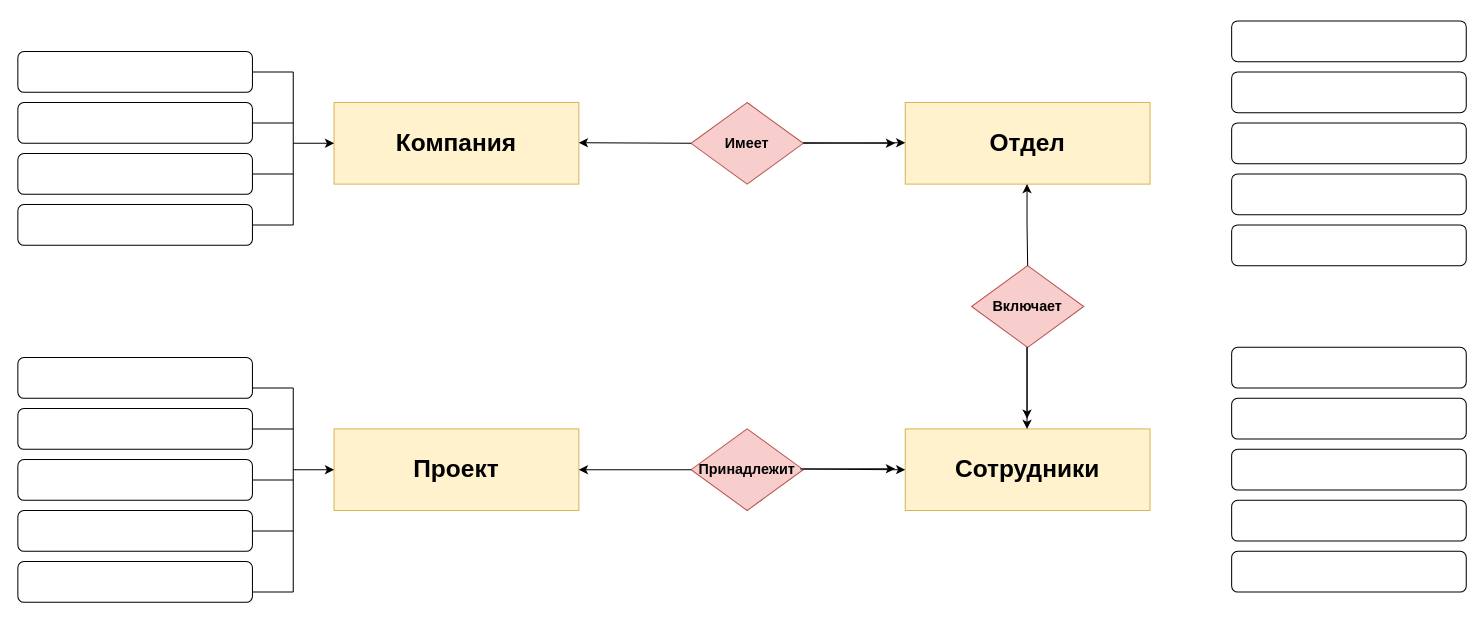
This is Диаграмма без названия.drawio from Valkova-Nastya/-, a draw.io file, before an edit. Source tidied: cells renumbered, new cells numbered last; positions are measured from the earlier drawing's top-left corner, leaving out a move shared by most shapes. Both pictures are drawn from the tidied source at 102%, with x=0, y=0 at pixel (17, 20).
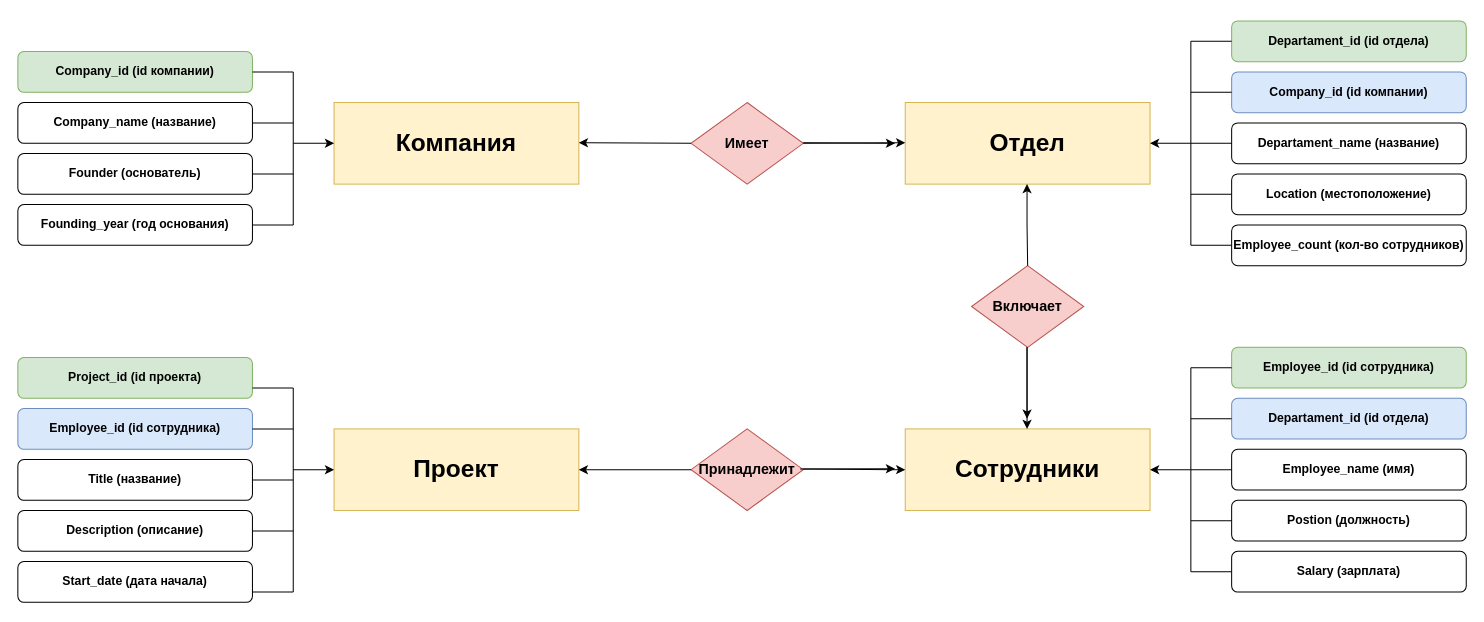
Above is the later version.

Unchanged cells that the change refers to:
```xml
<mxCell id="3" value="&lt;h1&gt;Отдел&lt;/h1&gt;" style="rounded=0;whiteSpace=wrap;html=1;fillColor=#fff2cc;strokeColor=#d6b656;" parent="1" vertex="1">
  <mxGeometry x="870" y="80" width="240" height="80" as="geometry" />
</mxCell>
<mxCell id="4" value="&lt;h1&gt;Сотрудники&lt;/h1&gt;" style="rounded=0;whiteSpace=wrap;html=1;fillColor=#fff2cc;strokeColor=#d6b656;" parent="1" vertex="1">
  <mxGeometry x="870" y="400" width="240" height="80" as="geometry" />
</mxCell>
```

What changed in the source:
```diff
@@
-    <mxCell id="18" style="rounded=1;whiteSpace=wrap;html=1;" parent="1" vertex="1">
+    <mxCell id="18" value="&lt;h4&gt;Company_id (id компании)&lt;/h4&gt;" style="rounded=1;whiteSpace=wrap;html=1;fillColor=#d5e8d4;strokeColor=#82b366;" parent="1" vertex="1">
       <mxGeometry y="30" width="230" height="40" as="geometry" />
     </mxCell>
-    <mxCell id="19" style="rounded=1;whiteSpace=wrap;html=1;" parent="1" vertex="1">
+    <mxCell id="19" value="&lt;h4&gt;Company_name (название)&lt;br&gt;&lt;/h4&gt;" style="rounded=1;whiteSpace=wrap;html=1;" parent="1" vertex="1">
       <mxGeometry y="80" width="230" height="40" as="geometry" />
     </mxCell>
-    <mxCell id="20" style="rounded=1;whiteSpace=wrap;html=1;" parent="1" vertex="1">
+    <mxCell id="20" value="&lt;h4&gt;Founder (основатель)&lt;/h4&gt;" style="rounded=1;whiteSpace=wrap;html=1;" parent="1" vertex="1">
       <mxGeometry y="130" width="230" height="40" as="geometry" />
     </mxCell>
-    <mxCell id="21" style="rounded=1;whiteSpace=wrap;html=1;" parent="1" vertex="1">
+    <mxCell id="21" value="&lt;h4&gt;Founding_year (год основания)&lt;/h4&gt;" style="rounded=1;whiteSpace=wrap;html=1;" parent="1" vertex="1">
       <mxGeometry y="180" width="230" height="40" as="geometry" />
     </mxCell>
-    <mxCell id="22" style="rounded=1;whiteSpace=wrap;html=1;" parent="1" vertex="1">
+    <mxCell id="22" value="&lt;h4&gt;Employee_id (id сотрудника)&lt;/h4&gt;" style="rounded=1;whiteSpace=wrap;html=1;fillColor=#dae8fc;strokeColor=#6c8ebf;" parent="1" vertex="1">
       <mxGeometry y="380" width="230" height="40" as="geometry" />
     </mxCell>
-    <mxCell id="23" style="rounded=1;whiteSpace=wrap;html=1;" parent="1" vertex="1">
+    <mxCell id="23" value="&lt;h4&gt;Title (название)&lt;/h4&gt;" style="rounded=1;whiteSpace=wrap;html=1;" parent="1" vertex="1">
       <mxGeometry y="430" width="230" height="40" as="geometry" />
     </mxCell>
-    <mxCell id="24" style="rounded=1;whiteSpace=wrap;html=1;" parent="1" vertex="1">
+    <mxCell id="24" value="&lt;h4&gt;Description (описание)&lt;/h4&gt;" style="rounded=1;whiteSpace=wrap;html=1;" parent="1" vertex="1">
       <mxGeometry y="480" width="230" height="40" as="geometry" />
     </mxCell>
-    <mxCell id="25" style="rounded=1;whiteSpace=wrap;html=1;" parent="1" vertex="1">
+    <mxCell id="25" value="&lt;h4&gt;Start_date (дата начала)&lt;/h4&gt;" style="rounded=1;whiteSpace=wrap;html=1;" parent="1" vertex="1">
       <mxGeometry y="530" width="230" height="40" as="geometry" />
     </mxCell>
-    <mxCell id="26" style="rounded=1;whiteSpace=wrap;html=1;" parent="1" vertex="1">
+    <mxCell id="26" value="&lt;h4&gt;Departament_id (id отдела)&lt;/h4&gt;" style="rounded=1;whiteSpace=wrap;html=1;fillColor=#d5e8d4;strokeColor=#82b366;" parent="1" vertex="1">
       <mxGeometry x="1190" width="230" height="40" as="geometry" />
     </mxCell>
-    <mxCell id="27" style="rounded=1;whiteSpace=wrap;html=1;" parent="1" vertex="1">
+    <mxCell id="27" value="&lt;h4&gt;Company_id (id компании)&lt;/h4&gt;" style="rounded=1;whiteSpace=wrap;html=1;fillColor=#dae8fc;strokeColor=#6c8ebf;" parent="1" vertex="1">
       <mxGeometry x="1190" y="50" width="230" height="40" as="geometry" />
     </mxCell>
-    <mxCell id="28" style="rounded=1;whiteSpace=wrap;html=1;" parent="1" vertex="1">
+    <mxCell id="28" value="&lt;h4&gt;Departament_name (название)&lt;/h4&gt;" style="rounded=1;whiteSpace=wrap;html=1;" parent="1" vertex="1">
       <mxGeometry x="1190" y="100" width="230" height="40" as="geometry" />
     </mxCell>
-    <mxCell id="29" style="rounded=1;whiteSpace=wrap;html=1;" parent="1" vertex="1">
+    <mxCell id="29" value="&lt;h4&gt;Location (местоположение)&lt;/h4&gt;" style="rounded=1;whiteSpace=wrap;html=1;" parent="1" vertex="1">
       <mxGeometry x="1190" y="150" width="230" height="40" as="geometry" />
     </mxCell>
-    <mxCell id="30" style="rounded=1;whiteSpace=wrap;html=1;" parent="1" vertex="1">
+    <mxCell id="30" value="&lt;h4&gt;Employee_count (кол-во сотрудников)&lt;/h4&gt;" style="rounded=1;whiteSpace=wrap;html=1;" parent="1" vertex="1">
       <mxGeometry x="1190" y="200" width="230" height="40" as="geometry" />
     </mxCell>
-    <mxCell id="31" style="rounded=1;whiteSpace=wrap;html=1;" parent="1" vertex="1">
+    <mxCell id="31" value="&lt;h4&gt;Employee_id (id сотрудника)&lt;/h4&gt;" style="rounded=1;whiteSpace=wrap;html=1;fillColor=#d5e8d4;strokeColor=#82b366;" parent="1" vertex="1">
       <mxGeometry x="1190" y="320" width="230" height="40" as="geometry" />
     </mxCell>
-    <mxCell id="32" style="rounded=1;whiteSpace=wrap;html=1;" parent="1" vertex="1">
+    <mxCell id="32" value="&lt;h4&gt;Project_id (id проекта)&lt;/h4&gt;" style="rounded=1;whiteSpace=wrap;html=1;fillColor=#d5e8d4;strokeColor=#82b366;" parent="1" vertex="1">
       <mxGeometry y="330" width="230" height="40" as="geometry" />
     </mxCell>
-    <mxCell id="33" style="rounded=1;whiteSpace=wrap;html=1;" parent="1" vertex="1">
+    <mxCell id="33" value="&lt;h4&gt;Departament_id (id отдела)&lt;/h4&gt;" style="rounded=1;whiteSpace=wrap;html=1;fillColor=#dae8fc;strokeColor=#6c8ebf;" parent="1" vertex="1">
       <mxGeometry x="1190" y="370" width="230" height="40" as="geometry" />
     </mxCell>
-    <mxCell id="34" style="rounded=1;whiteSpace=wrap;html=1;" parent="1" vertex="1">
+    <mxCell id="34" value="&lt;h4&gt;Employee_name (имя)&lt;/h4&gt;" style="rounded=1;whiteSpace=wrap;html=1;" parent="1" vertex="1">
       <mxGeometry x="1190" y="420" width="230" height="40" as="geometry" />
     </mxCell>
-    <mxCell id="35" style="rounded=1;whiteSpace=wrap;html=1;" parent="1" vertex="1">
+    <mxCell id="35" value="&lt;h4&gt;Postion (должность)&lt;/h4&gt;" style="rounded=1;whiteSpace=wrap;html=1;" parent="1" vertex="1">
       <mxGeometry x="1190" y="470" width="230" height="40" as="geometry" />
     </mxCell>
-    <mxCell id="36" style="rounded=1;whiteSpace=wrap;html=1;" parent="1" vertex="1">
+    <mxCell id="36" value="&lt;h4&gt;Salary (зарплата)&lt;/h4&gt;" style="rounded=1;whiteSpace=wrap;html=1;" parent="1" vertex="1">
       <mxGeometry x="1190" y="520" width="230" height="40" as="geometry" />
     </mxCell>
@@
+    <mxCell id="50" style="endArrow=none;html=1;rounded=0;entryX=0;entryY=0.5;entryDx=0;entryDy=0;" parent="1" edge="1" target="26">
+      <mxGeometry relative="1" as="geometry">
+        <mxPoint x="1150" y="20" as="sourcePoint" />
+      </mxGeometry>
+    </mxCell>
+    <mxCell id="51" style="endArrow=none;html=1;rounded=0;entryX=0;entryY=0.5;entryDx=0;entryDy=0;" parent="1" edge="1" target="27">
+      <mxGeometry relative="1" as="geometry">
+        <mxPoint x="1150" y="70" as="sourcePoint" />
+      </mxGeometry>
+    </mxCell>
+    <mxCell id="52" style="endArrow=none;html=1;rounded=0;entryX=0;entryY=0.5;entryDx=0;entryDy=0;" parent="1" edge="1" target="28">
+      <mxGeometry relative="1" as="geometry">
+        <mxPoint x="1150" y="120" as="sourcePoint" />
+      </mxGeometry>
+    </mxCell>
+    <mxCell id="53" style="endArrow=none;html=1;rounded=0;entryX=0;entryY=0.5;entryDx=0;entryDy=0;" parent="1" edge="1" target="29">
+      <mxGeometry relative="1" as="geometry">
+        <mxPoint x="1150" y="170" as="sourcePoint" />
+      </mxGeometry>
+    </mxCell>
+    <mxCell id="54" style="endArrow=none;html=1;rounded=0;entryX=0;entryY=0.5;entryDx=0;entryDy=0;" parent="1" edge="1" target="30">
+      <mxGeometry relative="1" as="geometry">
+        <mxPoint x="1150" y="220" as="sourcePoint" />
+      </mxGeometry>
+    </mxCell>
+    <mxCell id="55" style="endArrow=none;html=1;rounded=0;" parent="1" edge="1">
+      <mxGeometry relative="1" as="geometry">
+        <mxPoint x="1150" y="220" as="sourcePoint" />
+        <mxPoint x="1150" y="20" as="targetPoint" />
+      </mxGeometry>
+    </mxCell>
+    <mxCell id="56" style="endArrow=none;html=1;rounded=0;entryX=0;entryY=0.5;entryDx=0;entryDy=0;" parent="1" edge="1" target="36">
+      <mxGeometry relative="1" as="geometry">
+        <mxPoint x="1150" y="540" as="sourcePoint" />
+      </mxGeometry>
+    </mxCell>
+    <mxCell id="57" style="endArrow=none;html=1;rounded=0;entryX=0;entryY=0.5;entryDx=0;entryDy=0;" parent="1" edge="1" target="35">
+      <mxGeometry relative="1" as="geometry">
+        <mxPoint x="1150" y="490" as="sourcePoint" />
+      </mxGeometry>
+    </mxCell>
+    <mxCell id="58" style="endArrow=none;html=1;rounded=0;entryX=0;entryY=0.5;entryDx=0;entryDy=0;" parent="1" edge="1" target="34">
+      <mxGeometry relative="1" as="geometry">
+        <mxPoint x="1150" y="440" as="sourcePoint" />
+      </mxGeometry>
+    </mxCell>
+    <mxCell id="59" style="endArrow=none;html=1;rounded=0;entryX=0;entryY=0.5;entryDx=0;entryDy=0;" parent="1" edge="1" target="33">
+      <mxGeometry relative="1" as="geometry">
+        <mxPoint x="1150" y="390" as="sourcePoint" />
+      </mxGeometry>
+    </mxCell>
+    <mxCell id="60" style="endArrow=none;html=1;rounded=0;entryX=0;entryY=0.5;entryDx=0;entryDy=0;" parent="1" edge="1" target="31">
+      <mxGeometry relative="1" as="geometry">
+        <mxPoint x="1150" y="340" as="sourcePoint" />
+      </mxGeometry>
+    </mxCell>
+    <mxCell id="61" style="endArrow=none;html=1;rounded=0;" parent="1" edge="1">
+      <mxGeometry relative="1" as="geometry">
+        <mxPoint x="1150" y="540" as="sourcePoint" />
+        <mxPoint x="1150" y="340" as="targetPoint" />
+      </mxGeometry>
+    </mxCell>
+    <mxCell id="62" style="endArrow=classic;html=1;rounded=0;entryX=1;entryY=0.5;entryDx=0;entryDy=0;" parent="1" edge="1" target="4">
+      <mxGeometry relative="1" as="geometry">
+        <mxPoint x="1150" y="440" as="sourcePoint" />
+      </mxGeometry>
+    </mxCell>
+    <mxCell id="63" style="endArrow=classic;html=1;rounded=0;entryX=1;entryY=0.5;entryDx=0;entryDy=0;" parent="1" edge="1" target="3">
+      <mxGeometry relative="1" as="geometry">
+        <mxPoint x="1150" y="120" as="sourcePoint" />
+      </mxGeometry>
+    </mxCell>
```
